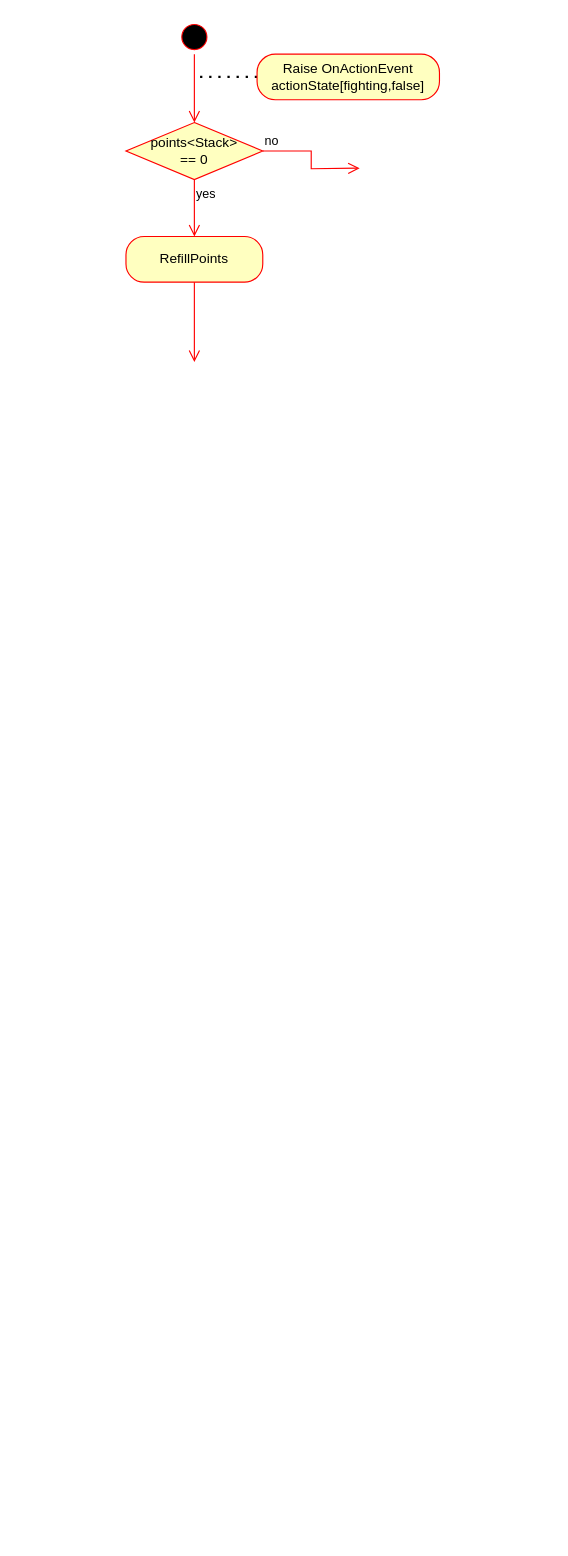
This is FollowRouteAction.drawio from YannieCheung/botgrams, a draw.io file, before an edit. Source tidied: cells renumbered, new cells numbered last; positions are measured from the earlier drawing's top-left corner, leaving out a move shared by most shapes. Both pictures are drawn from the tidied source at 114%, with x=0, y=0 at pixel (125, 19).
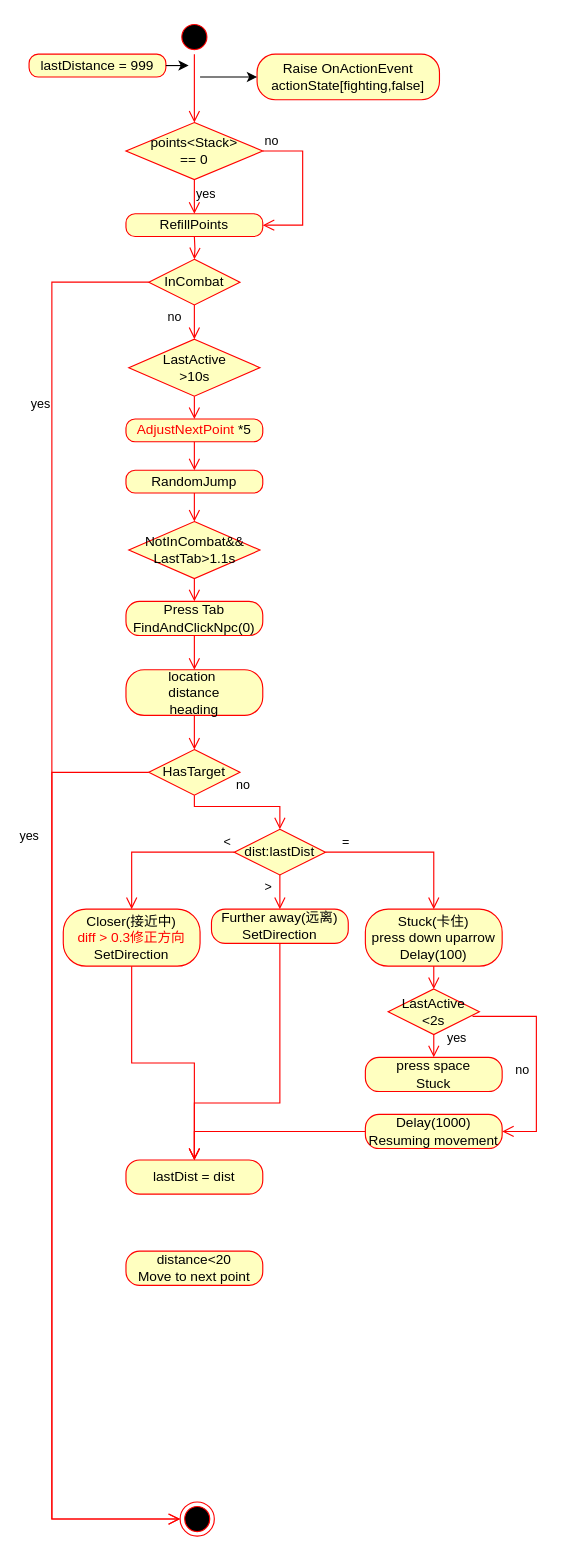
The same diagram, later.

Unchanged cells that the change refers to:
```xml
<mxCell id="5" value="Raise&amp;nbsp;OnActionEvent&lt;br&gt;actionState[fighting,false]" style="rounded=1;whiteSpace=wrap;html=1;arcSize=40;fontColor=#000000;fillColor=#ffffc0;strokeColor=#ff0000;" parent="1" vertex="1">
  <mxGeometry x="115" y="30" width="160" height="40" as="geometry" />
</mxCell>
<mxCell id="6" value="points&amp;lt;Stack&amp;gt; &lt;br&gt;== 0" style="rhombus;whiteSpace=wrap;html=1;fillColor=#ffffc0;strokeColor=#ff0000;" parent="1" vertex="1">
  <mxGeometry y="90" width="120" height="50" as="geometry" />
</mxCell>
```

Change to the diagram source:
```diff
@@
-    <mxCell id="4" style="endArrow=none;dashed=1;html=1;dashPattern=1 3;strokeWidth=2;rounded=0;" parent="1" edge="1">
-      <mxGeometry relative="1" as="geometry">
-        <mxPoint x="65" y="50" as="sourcePoint" />
-        <mxPoint x="115" y="50" as="targetPoint" />
-      </mxGeometry>
-    </mxCell>
@@
-    <mxCell id="7" value="no" style="edgeStyle=orthogonalEdgeStyle;html=1;align=left;verticalAlign=bottom;endArrow=open;endSize=8;strokeColor=#ff0000;rounded=0;" parent="1" edge="1" source="6">
+    <mxCell id="7" value="no" style="edgeStyle=orthogonalEdgeStyle;html=1;align=left;verticalAlign=bottom;endArrow=open;endSize=8;strokeColor=#ff0000;rounded=0;entryX=1;entryY=0.5;entryDx=0;entryDy=0;" parent="1" edge="1" source="6" target="9">
       <mxGeometry x="-1" relative="1" as="geometry">
-        <mxPoint x="205" y="130" as="targetPoint" />
+        <Array as="points">
+          <mxPoint x="155" y="115" />
+          <mxPoint x="155" y="180" />
+        </Array>
       </mxGeometry>
     </mxCell>
@@
     <mxCell id="9" value="RefillPoints" style="rounded=1;whiteSpace=wrap;html=1;arcSize=40;fontColor=#000000;fillColor=#ffffc0;strokeColor=#ff0000;" parent="1" vertex="1">
-      <mxGeometry y="190" width="120" height="40" as="geometry" />
+      <mxGeometry y="170" width="120" height="20" as="geometry" />
     </mxCell>
-    <mxCell id="10" style="edgeStyle=orthogonalEdgeStyle;html=1;verticalAlign=bottom;endArrow=open;endSize=8;strokeColor=#ff0000;rounded=0;" parent="1" edge="1" source="9">
-      <mxGeometry relative="1" as="geometry">
-        <mxPoint x="60" y="300" as="targetPoint" />
-      </mxGeometry>
-    </mxCell>
+    <mxCell id="11" style="edgeStyle=orthogonalEdgeStyle;html=1;verticalAlign=bottom;endArrow=open;endSize=8;strokeColor=#ff0000;rounded=0;entryX=0.5;entryY=0;entryDx=0;entryDy=0;" parent="1" edge="1">
+      <mxGeometry relative="1" as="geometry">
+        <mxPoint x="60" y="190" as="sourcePoint" />
+        <mxPoint x="60" y="210" as="targetPoint" />
+      </mxGeometry>
+    </mxCell>
+    <mxCell id="12" value="InCombat" style="rhombus;whiteSpace=wrap;html=1;fillColor=#ffffc0;strokeColor=#ff0000;" parent="1" vertex="1">
+      <mxGeometry x="20" y="210" width="80" height="40" as="geometry" />
+    </mxCell>
+    <mxCell id="13" value="no" style="edgeStyle=orthogonalEdgeStyle;html=1;align=left;verticalAlign=bottom;endArrow=open;endSize=8;strokeColor=#ff0000;rounded=0;entryX=0.5;entryY=0;entryDx=0;entryDy=0;" parent="1" edge="1" source="12" target="16">
+      <mxGeometry x="0.33" y="-25" relative="1" as="geometry" />
+    </mxCell>
+    <mxCell id="14" value="yes" style="edgeStyle=orthogonalEdgeStyle;html=1;align=left;verticalAlign=top;endArrow=open;endSize=8;strokeColor=#ff0000;rounded=0;" parent="1" edge="1" source="12" target="15">
+      <mxGeometry x="-0.69" y="-28" relative="1" as="geometry">
+        <Array as="points">
+          <mxPoint x="-65" y="230" />
+          <mxPoint x="-65" y="1315" />
+        </Array>
+        <mxPoint x="8" y="-20" as="offset" />
+      </mxGeometry>
+    </mxCell>
+    <mxCell id="15" style="ellipse;html=1;shape=endState;fillColor=#000000;strokeColor=#ff0000;" parent="1" vertex="1">
+      <mxGeometry x="47.5" y="1300" width="30" height="30" as="geometry" />
+    </mxCell>
+    <mxCell id="16" value="LastActive&lt;br&gt;&amp;gt;10s" style="rhombus;whiteSpace=wrap;html=1;fillColor=#ffffc0;strokeColor=#ff0000;" parent="1" vertex="1">
+      <mxGeometry x="2.5" y="280" width="115" height="50" as="geometry" />
+    </mxCell>
+    <mxCell id="17" value="&lt;font color=&quot;#ff0000&quot;&gt;AdjustNextPoint&lt;/font&gt; *5" style="rounded=1;whiteSpace=wrap;html=1;arcSize=40;fontColor=#000000;fillColor=#ffffc0;strokeColor=#ff0000;" parent="1" vertex="1">
+      <mxGeometry y="350" width="120" height="20" as="geometry" />
+    </mxCell>
+    <mxCell id="18" style="edgeStyle=orthogonalEdgeStyle;html=1;verticalAlign=bottom;endArrow=open;endSize=8;strokeColor=#ff0000;rounded=0;entryX=0.5;entryY=0;entryDx=0;entryDy=0;exitX=0.5;exitY=1;exitDx=0;exitDy=0;" parent="1" edge="1" source="16" target="17">
+      <mxGeometry relative="1" as="geometry" />
+    </mxCell>
+    <mxCell id="19" value="RandomJump" style="rounded=1;whiteSpace=wrap;html=1;arcSize=40;fontColor=#000000;fillColor=#ffffc0;strokeColor=#ff0000;" parent="1" vertex="1">
+      <mxGeometry y="395" width="120" height="20" as="geometry" />
+    </mxCell>
+    <mxCell id="20" style="edgeStyle=orthogonalEdgeStyle;html=1;verticalAlign=bottom;endArrow=open;endSize=8;strokeColor=#ff0000;rounded=0;entryX=0.5;entryY=0;entryDx=0;entryDy=0;exitX=0.5;exitY=1;exitDx=0;exitDy=0;" parent="1" edge="1" source="17" target="19">
+      <mxGeometry relative="1" as="geometry" />
+    </mxCell>
+    <mxCell id="21" value="NotInCombat&amp;amp;&amp;amp;&lt;br&gt;LastTab&amp;gt;1.1s" style="rhombus;whiteSpace=wrap;html=1;fillColor=#ffffc0;strokeColor=#ff0000;" parent="1" vertex="1">
+      <mxGeometry x="2.5" y="440" width="115" height="50" as="geometry" />
+    </mxCell>
+    <mxCell id="22" value="Press Tab&lt;br&gt;FindAndClickNpc(0)" style="rounded=1;whiteSpace=wrap;html=1;arcSize=40;fontColor=#000000;fillColor=#ffffc0;strokeColor=#ff0000;" parent="1" vertex="1">
+      <mxGeometry y="510" width="120" height="30" as="geometry" />
+    </mxCell>
+    <mxCell id="23" style="edgeStyle=orthogonalEdgeStyle;html=1;verticalAlign=bottom;endArrow=open;endSize=8;strokeColor=#ff0000;rounded=0;entryX=0.5;entryY=0;entryDx=0;entryDy=0;exitX=0.5;exitY=1;exitDx=0;exitDy=0;" parent="1" edge="1" source="19" target="21">
+      <mxGeometry relative="1" as="geometry" />
+    </mxCell>
+    <mxCell id="24" style="edgeStyle=orthogonalEdgeStyle;html=1;verticalAlign=bottom;endArrow=open;endSize=8;strokeColor=#ff0000;rounded=0;entryX=0.5;entryY=0;entryDx=0;entryDy=0;exitX=0.5;exitY=1;exitDx=0;exitDy=0;" parent="1" edge="1" source="21" target="22">
+      <mxGeometry relative="1" as="geometry" />
+    </mxCell>
+    <mxCell id="25" value="HasTarget" style="rhombus;whiteSpace=wrap;html=1;fillColor=#ffffc0;strokeColor=#ff0000;" parent="1" vertex="1">
+      <mxGeometry x="20" y="640" width="80" height="40" as="geometry" />
+    </mxCell>
+    <mxCell id="26" value="yes" style="edgeStyle=orthogonalEdgeStyle;html=1;align=left;verticalAlign=top;endArrow=open;endSize=8;strokeColor=#ff0000;rounded=0;exitX=0;exitY=0.5;exitDx=0;exitDy=0;entryX=0;entryY=0.5;entryDx=0;entryDy=0;" parent="1" edge="1" source="25" target="15">
+      <mxGeometry x="-0.7" y="-30" relative="1" as="geometry">
+        <Array as="points">
+          <mxPoint x="-65" y="660" />
+          <mxPoint x="-65" y="1315" />
+        </Array>
+      </mxGeometry>
+    </mxCell>
+    <mxCell id="27" value="no" style="edgeStyle=orthogonalEdgeStyle;html=1;align=left;verticalAlign=bottom;endArrow=open;endSize=8;strokeColor=#ff0000;rounded=0;exitX=0.5;exitY=1;exitDx=0;exitDy=0;entryX=0.5;entryY=0;entryDx=0;entryDy=0;" parent="1" edge="1" source="25" target="35">
+      <mxGeometry x="-0.14" y="10" relative="1" as="geometry">
+        <Array as="points">
+          <mxPoint x="60" y="690" />
+          <mxPoint x="135" y="690" />
+        </Array>
+      </mxGeometry>
+    </mxCell>
+    <mxCell id="28" value="location&amp;nbsp;&lt;br&gt;distance&lt;br&gt;heading" style="rounded=1;whiteSpace=wrap;html=1;arcSize=40;fontColor=#000000;fillColor=#ffffc0;strokeColor=#ff0000;" parent="1" vertex="1">
+      <mxGeometry y="570" width="120" height="40" as="geometry" />
+    </mxCell>
+    <mxCell id="29" style="edgeStyle=orthogonalEdgeStyle;html=1;verticalAlign=bottom;endArrow=open;endSize=8;strokeColor=#ff0000;rounded=0;entryX=0.5;entryY=0;entryDx=0;entryDy=0;exitX=0.5;exitY=1;exitDx=0;exitDy=0;" parent="1" edge="1" source="22" target="28">
+      <mxGeometry relative="1" as="geometry" />
+    </mxCell>
+    <mxCell id="30" style="edgeStyle=orthogonalEdgeStyle;html=1;verticalAlign=bottom;endArrow=open;endSize=8;strokeColor=#ff0000;rounded=0;entryX=0.5;entryY=0;entryDx=0;entryDy=0;exitX=0.5;exitY=1;exitDx=0;exitDy=0;" parent="1" edge="1" source="28" target="25">
+      <mxGeometry relative="1" as="geometry" />
+    </mxCell>
+    <mxCell id="31" style="endArrow=classic;html=1;rounded=0;entryX=0;entryY=0.5;entryDx=0;entryDy=0;" parent="1" edge="1" target="5">
+      <mxGeometry relative="1" as="geometry">
+        <mxPoint x="65" y="50" as="sourcePoint" />
+      </mxGeometry>
+    </mxCell>
+    <mxCell id="32" value="lastDistance = 999" style="rounded=1;whiteSpace=wrap;html=1;arcSize=40;fontColor=#000000;fillColor=#ffffc0;strokeColor=#ff0000;" parent="1" vertex="1">
+      <mxGeometry x="-85" y="30" width="120" height="20" as="geometry" />
+    </mxCell>
+    <mxCell id="33" style="endArrow=classic;html=1;rounded=0;exitX=1;exitY=0.5;exitDx=0;exitDy=0;" parent="1" edge="1" source="32">
+      <mxGeometry relative="1" as="geometry">
+        <mxPoint x="55" y="40" as="targetPoint" />
+      </mxGeometry>
+    </mxCell>
+    <mxCell id="34" value="Further away(远离)&lt;br&gt;SetDirection" style="rounded=1;whiteSpace=wrap;html=1;arcSize=40;fontColor=#000000;fillColor=#ffffc0;strokeColor=#ff0000;" parent="1" vertex="1">
+      <mxGeometry x="75" y="780" width="120" height="30" as="geometry" />
+    </mxCell>
+    <mxCell id="35" value="dist:lastDist" style="rhombus;whiteSpace=wrap;html=1;fillColor=#ffffc0;strokeColor=#ff0000;" parent="1" vertex="1">
+      <mxGeometry x="95" y="710" width="80" height="40" as="geometry" />
+    </mxCell>
+    <mxCell id="36" value="&amp;gt;" style="edgeStyle=orthogonalEdgeStyle;html=1;align=left;verticalAlign=bottom;endArrow=open;endSize=8;strokeColor=#ff0000;rounded=0;exitX=0.5;exitY=1;exitDx=0;exitDy=0;" parent="1" edge="1" source="35">
+      <mxGeometry x="0.33" y="-15" relative="1" as="geometry">
+        <mxPoint x="135" y="780" as="targetPoint" />
+        <Array as="points">
+          <mxPoint x="135" y="780" />
+          <mxPoint x="135" y="780" />
+        </Array>
+      </mxGeometry>
+    </mxCell>
+    <mxCell id="37" value="=" style="edgeStyle=orthogonalEdgeStyle;html=1;align=left;verticalAlign=bottom;endArrow=open;endSize=8;strokeColor=#ff0000;rounded=0;exitX=1;exitY=0.5;exitDx=0;exitDy=0;entryX=0.5;entryY=0;entryDx=0;entryDy=0;" parent="1" edge="1" source="35" target="38">
+      <mxGeometry x="-0.82" relative="1" as="geometry">
+        <Array as="points">
+          <mxPoint x="270" y="730" />
+        </Array>
+      </mxGeometry>
+    </mxCell>
+    <mxCell id="38" value="Stuck(卡住)&lt;br&gt;press down uparrow&lt;br&gt;Delay(100)" style="rounded=1;whiteSpace=wrap;html=1;arcSize=40;fontColor=#000000;fillColor=#ffffc0;strokeColor=#ff0000;" parent="1" vertex="1">
+      <mxGeometry x="210" y="780" width="120" height="50" as="geometry" />
+    </mxCell>
+    <mxCell id="39" value="LastActive&lt;br&gt;&amp;lt;2s" style="rhombus;whiteSpace=wrap;html=1;fillColor=#ffffc0;strokeColor=#ff0000;" parent="1" vertex="1">
+      <mxGeometry x="230" y="850" width="80" height="40" as="geometry" />
+    </mxCell>
+    <mxCell id="40" value="yes" style="edgeStyle=orthogonalEdgeStyle;html=1;align=left;verticalAlign=top;endArrow=open;endSize=8;strokeColor=#ff0000;rounded=0;exitX=0.5;exitY=1;exitDx=0;exitDy=0;entryX=0.5;entryY=0;entryDx=0;entryDy=0;" parent="1" edge="1" source="38" target="39">
+      <mxGeometry x="1" y="32" relative="1" as="geometry">
+        <mxPoint x="-22" y="30" as="offset" />
+      </mxGeometry>
+    </mxCell>
+    <mxCell id="41" value="press space&lt;br&gt;Stuck" style="rounded=1;whiteSpace=wrap;html=1;arcSize=40;fontColor=#000000;fillColor=#ffffc0;strokeColor=#ff0000;" parent="1" vertex="1">
+      <mxGeometry x="210" y="910" width="120" height="30" as="geometry" />
+    </mxCell>
+    <mxCell id="42" style="edgeStyle=orthogonalEdgeStyle;html=1;verticalAlign=bottom;endArrow=open;endSize=8;strokeColor=#ff0000;rounded=0;exitX=0.5;exitY=1;exitDx=0;exitDy=0;" parent="1" edge="1" source="39">
+      <mxGeometry relative="1" as="geometry">
+        <mxPoint x="270" y="910" as="targetPoint" />
+        <Array as="points">
+          <mxPoint x="270" y="910" />
+          <mxPoint x="270" y="910" />
+        </Array>
+      </mxGeometry>
+    </mxCell>
+    <mxCell id="43" value="Delay(1000)&lt;br&gt;Resuming movement" style="rounded=1;whiteSpace=wrap;html=1;arcSize=40;fontColor=#000000;fillColor=#ffffc0;strokeColor=#ff0000;" parent="1" vertex="1">
+      <mxGeometry x="210" y="960" width="120" height="30" as="geometry" />
+    </mxCell>
+    <mxCell id="44" value="no" style="edgeStyle=orthogonalEdgeStyle;html=1;align=left;verticalAlign=bottom;endArrow=open;endSize=8;strokeColor=#ff0000;rounded=0;exitX=0.925;exitY=0.6;exitDx=0;exitDy=0;exitPerimeter=0;entryX=1;entryY=0.5;entryDx=0;entryDy=0;" parent="1" edge="1" source="39" target="43">
+      <mxGeometry x="0.2" y="-20" relative="1" as="geometry">
+        <Array as="points">
+          <mxPoint x="360" y="874" />
+          <mxPoint x="360" y="975" />
+        </Array>
+      </mxGeometry>
+    </mxCell>
+    <mxCell id="45" value="&amp;lt;" style="edgeStyle=orthogonalEdgeStyle;html=1;align=left;verticalAlign=bottom;endArrow=open;endSize=8;strokeColor=#ff0000;rounded=0;exitX=0;exitY=0.5;exitDx=0;exitDy=0;entryX=0.5;entryY=0;entryDx=0;entryDy=0;" parent="1" edge="1" source="35" target="46">
+      <mxGeometry x="-0.84" relative="1" as="geometry">
+        <Array as="points">
+          <mxPoint x="5" y="730" />
+        </Array>
+      </mxGeometry>
+    </mxCell>
+    <mxCell id="46" value="Closer(接近中)&lt;br&gt;&lt;font color=&quot;#ff0000&quot;&gt;diff &amp;gt; 0.3修正方向&lt;/font&gt;&lt;br&gt;SetDirection" style="rounded=1;whiteSpace=wrap;html=1;arcSize=40;fontColor=#000000;fillColor=#ffffc0;strokeColor=#ff0000;" parent="1" vertex="1">
+      <mxGeometry x="-55" y="780" width="120" height="50" as="geometry" />
+    </mxCell>
+    <mxCell id="47" value="lastDist =&amp;nbsp;dist" style="rounded=1;whiteSpace=wrap;html=1;arcSize=40;fontColor=#000000;fillColor=#ffffc0;strokeColor=#ff0000;" parent="1" vertex="1">
+      <mxGeometry y="1000" width="120" height="30" as="geometry" />
+    </mxCell>
+    <mxCell id="48" style="edgeStyle=orthogonalEdgeStyle;html=1;verticalAlign=bottom;endArrow=open;endSize=8;strokeColor=#ff0000;rounded=0;fontColor=#FF0000;exitX=0.5;exitY=1;exitDx=0;exitDy=0;entryX=0.5;entryY=0;entryDx=0;entryDy=0;" parent="1" edge="1" source="46" target="47">
+      <mxGeometry relative="1" as="geometry" />
+    </mxCell>
+    <mxCell id="49" style="edgeStyle=orthogonalEdgeStyle;html=1;verticalAlign=bottom;endArrow=open;endSize=8;strokeColor=#ff0000;rounded=0;fontColor=#FF0000;exitX=0.5;exitY=1;exitDx=0;exitDy=0;entryX=0.5;entryY=0;entryDx=0;entryDy=0;" parent="1" edge="1" source="34" target="47">
+      <mxGeometry relative="1" as="geometry">
+        <Array as="points">
+          <mxPoint x="135" y="950" />
+          <mxPoint x="60" y="950" />
+        </Array>
+      </mxGeometry>
+    </mxCell>
+    <mxCell id="50" style="edgeStyle=orthogonalEdgeStyle;html=1;verticalAlign=bottom;endArrow=open;endSize=8;strokeColor=#ff0000;rounded=0;fontColor=#FF0000;exitX=0;exitY=0.5;exitDx=0;exitDy=0;" parent="1" edge="1" source="43" target="47">
+      <mxGeometry relative="1" as="geometry" />
+    </mxCell>
+    <mxCell id="51" value="distance&amp;lt;20&lt;br&gt;Move to next point" style="rounded=1;whiteSpace=wrap;html=1;arcSize=40;fontColor=#000000;fillColor=#ffffc0;strokeColor=#ff0000;" parent="1" vertex="1">
+      <mxGeometry y="1080" width="120" height="30" as="geometry" />
+    </mxCell>
```
